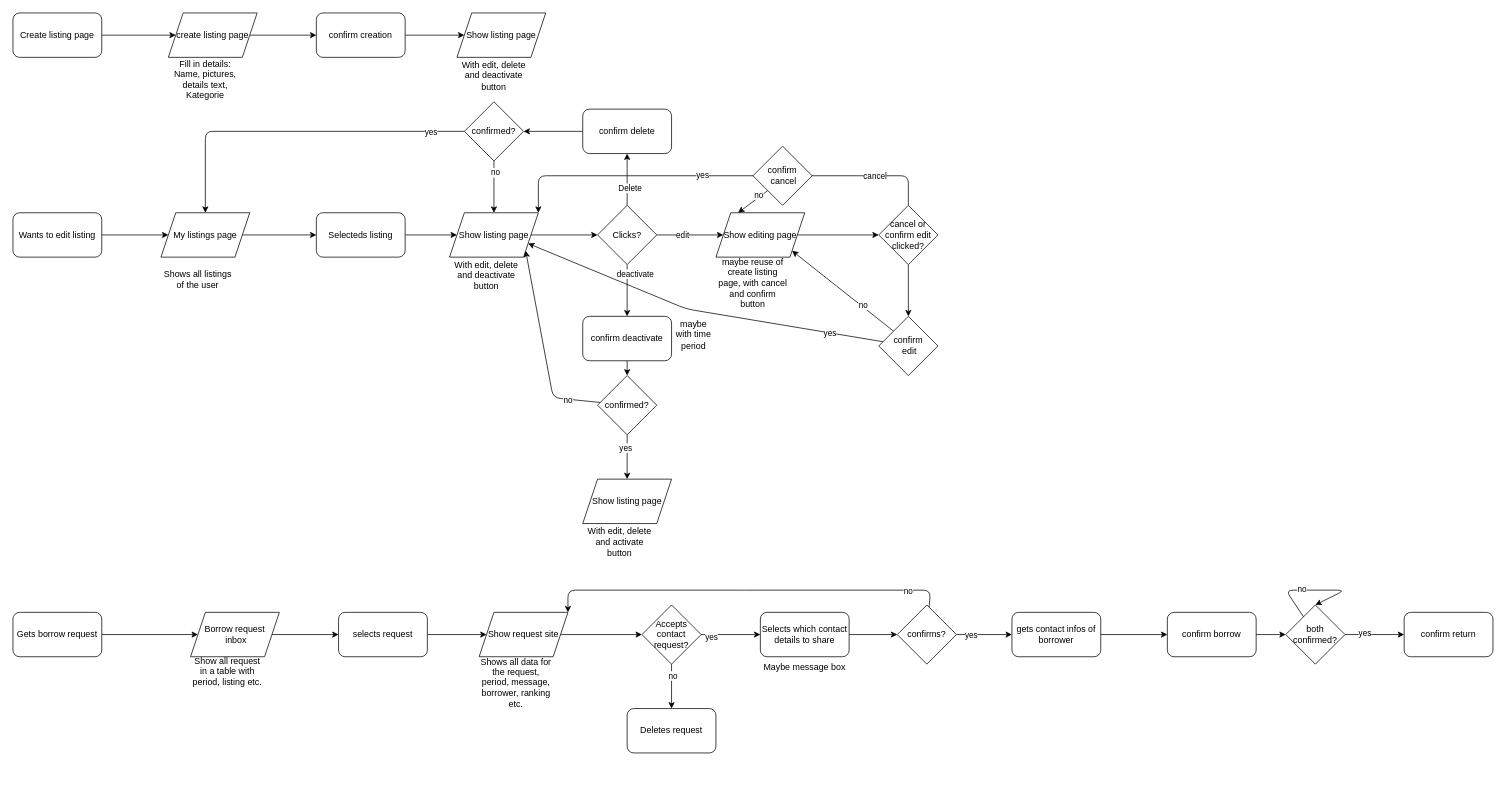
This is user-flows/lender.drawio from Finnegan1/ringtausch, a draw.io file, before an edit. Source tidied: cells renumbered, new cells numbered last; positions are measured from the earlier drawing's top-left corner, leaving out a move shared by most shapes. Both pictures are drawn from the tidied source at 74%, with x=0, y=0 at pixel (13, 13).
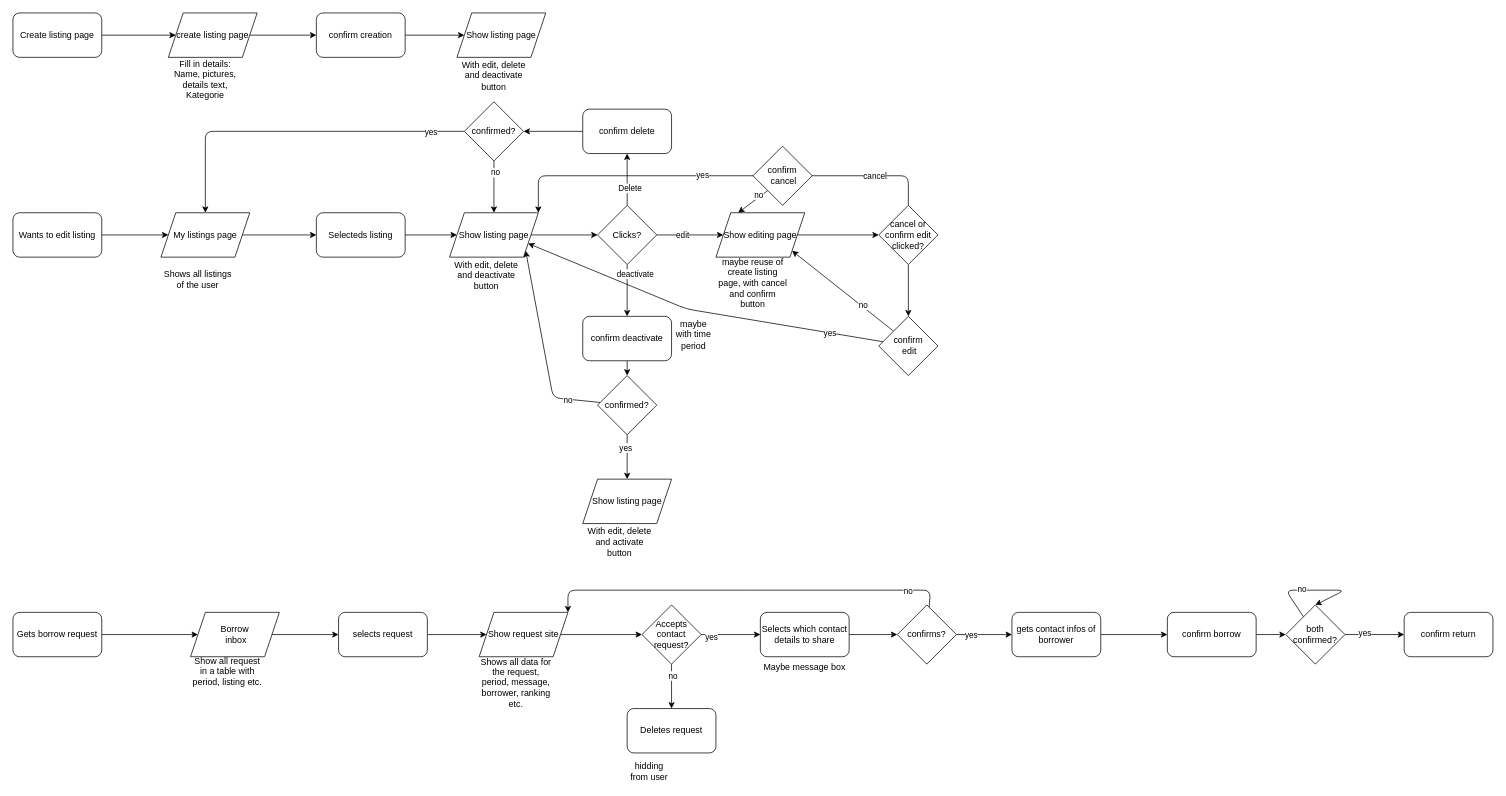
Above is the later version.

Commit message (it also covers changes not shown here):
chore: updated user-flow

Change to the diagram source:
```diff
@@
-    <mxCell id="64" value="Borrow request&lt;br&gt;&amp;nbsp;inbox" style="shape=parallelogram;perimeter=parallelogramPerimeter;whiteSpace=wrap;html=1;fixedSize=1;" parent="1" vertex="1">
+    <mxCell id="64" value="Borrow&lt;br&gt;&amp;nbsp;inbox" style="shape=parallelogram;perimeter=parallelogramPerimeter;whiteSpace=wrap;html=1;fixedSize=1;" parent="1" vertex="1">
       <mxGeometry x="240" y="810" width="120" height="60" as="geometry" />
     </mxCell>
@@
+    <mxCell id="95" value="hidding from user" style="text;html=1;strokeColor=none;fillColor=none;align=center;verticalAlign=middle;whiteSpace=wrap;rounded=0;" parent="1" vertex="1">
+      <mxGeometry x="830" y="1010" width="60" height="30" as="geometry" />
+    </mxCell>
```
